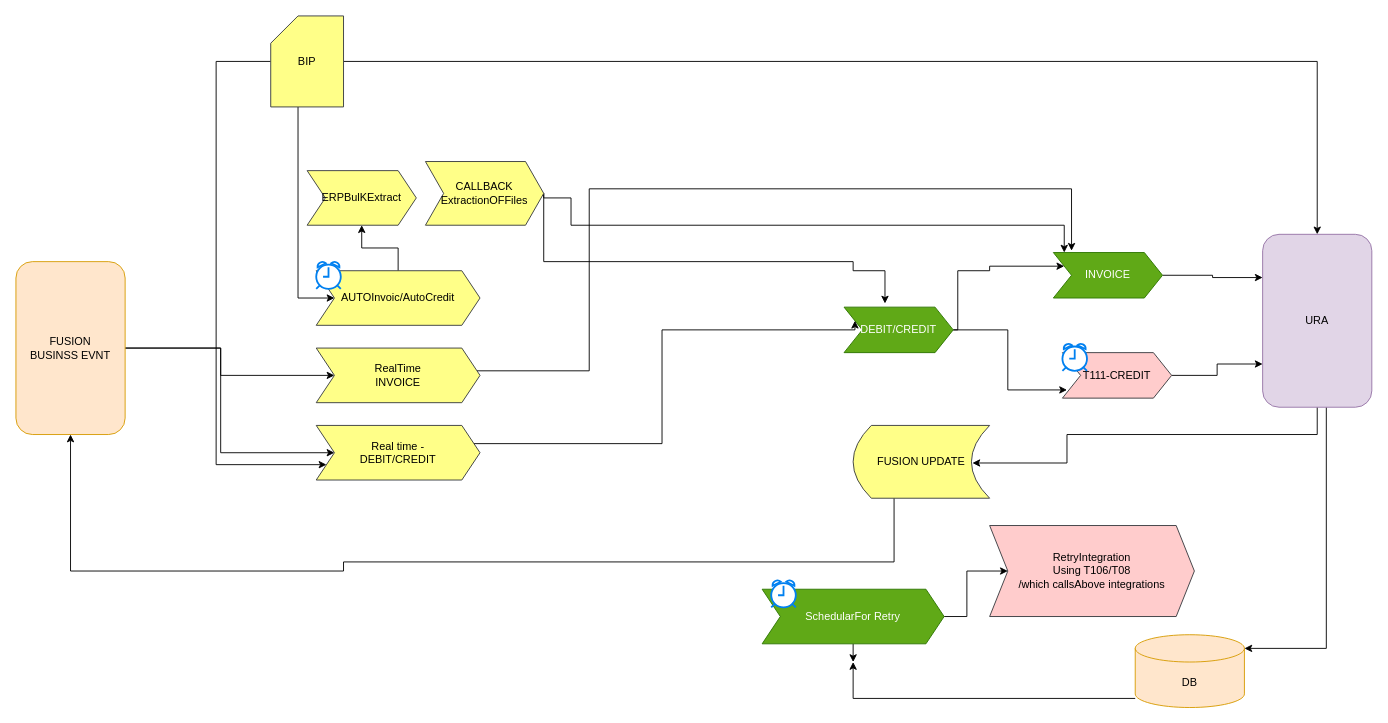
The draw.io diagram Untitled Diagram.drawio in anantwag19/Workspace, before the edit. Source tidied: cells renumbered, new cells numbered last; positions are measured from the earlier drawing's top-left corner, leaving out a move shared by most shapes. Both pictures are drawn from the tidied source at 91%, with x=0, y=0 at pixel (15, 15).
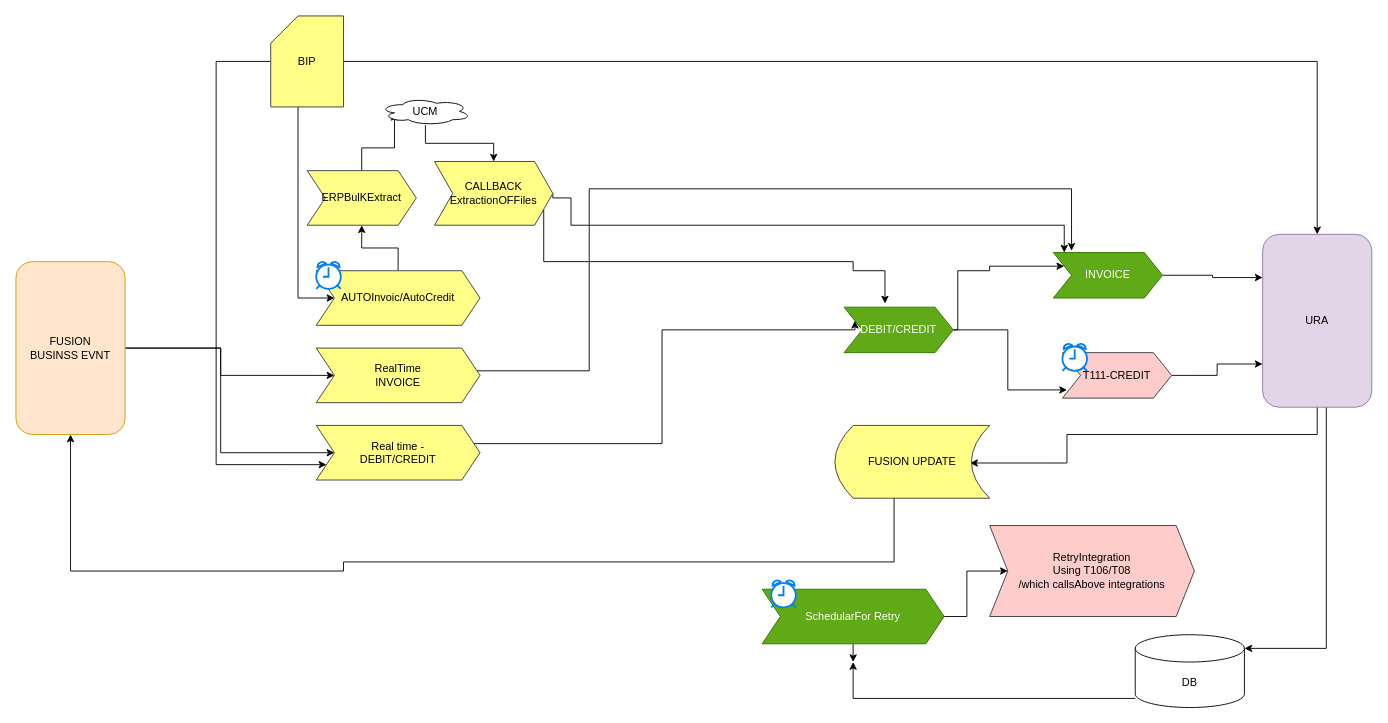
The same diagram, later.

Unchanged cells that the change refers to:
```xml
<mxCell id="36" value="ERPBulKExtract" style="shape=step;perimeter=stepPerimeter;whiteSpace=wrap;html=1;fixedSize=1;fillColor=#ffff88;strokeColor=#36393d;" parent="1" vertex="1">
  <mxGeometry x="320" y="170" width="120" height="60" as="geometry" />
</mxCell>
```

The edit, as a diff of the source:
```diff
@@
-    <mxCell id="9" value="DB" style="shape=cylinder3;whiteSpace=wrap;html=1;boundedLbl=1;backgroundOutline=1;size=15;hachureGap=4;fillColor=#ffe6cc;strokeColor=#d79b00;" parent="1" vertex="1">
+    <mxCell id="9" value="DB" style="shape=cylinder3;whiteSpace=wrap;html=1;boundedLbl=1;backgroundOutline=1;size=15;hachureGap=4;" parent="1" vertex="1">
       <mxGeometry x="1230" y="680" width="120" height="80" as="geometry" />
     </mxCell>
@@
     <mxCell id="34" value="FUSION UPDATE" style="shape=dataStorage;whiteSpace=wrap;html=1;fixedSize=1;fillColor=#ffff88;strokeColor=#36393d;" parent="1" vertex="1">
-      <mxGeometry x="920" y="450" width="150" height="80" as="geometry" />
+      <mxGeometry x="900" y="450" width="170" height="80" as="geometry" />
     </mxCell>
@@
+    <mxCell id="40" style="edgeStyle=orthogonalEdgeStyle;rounded=0;jettySize=auto;html=1;entryX=0.16;entryY=0.55;entryDx=0;entryDy=0;entryPerimeter=0;" parent="1" edge="1" source="36" target="42">
+      <mxGeometry relative="1" as="geometry" />
+    </mxCell>
@@
     <mxCell id="39" value="&lt;div&gt;CALLBACK&lt;/div&gt;&lt;div&gt;ExtractionOFFiles&lt;br&gt;&lt;/div&gt;" style="shape=step;perimeter=stepPerimeter;whiteSpace=wrap;html=1;fixedSize=1;fillColor=#ffff88;strokeColor=#36393d;" parent="1" vertex="1">
-      <mxGeometry x="450" y="160" width="130" height="70" as="geometry" />
+      <mxGeometry x="460" y="160" width="130" height="70" as="geometry" />
     </mxCell>
+    <mxCell id="41" style="edgeStyle=orthogonalEdgeStyle;rounded=0;jettySize=auto;html=1;entryX=0.5;entryY=0;entryDx=0;entryDy=0;" parent="1" edge="1" source="42" target="39">
+      <mxGeometry relative="1" as="geometry" />
+    </mxCell>
+    <mxCell id="42" value="UCM" style="ellipse;shape=cloud;whiteSpace=wrap;html=1;" parent="1" vertex="1">
+      <mxGeometry x="400" y="90" width="100" height="30" as="geometry" />
+    </mxCell>
```
